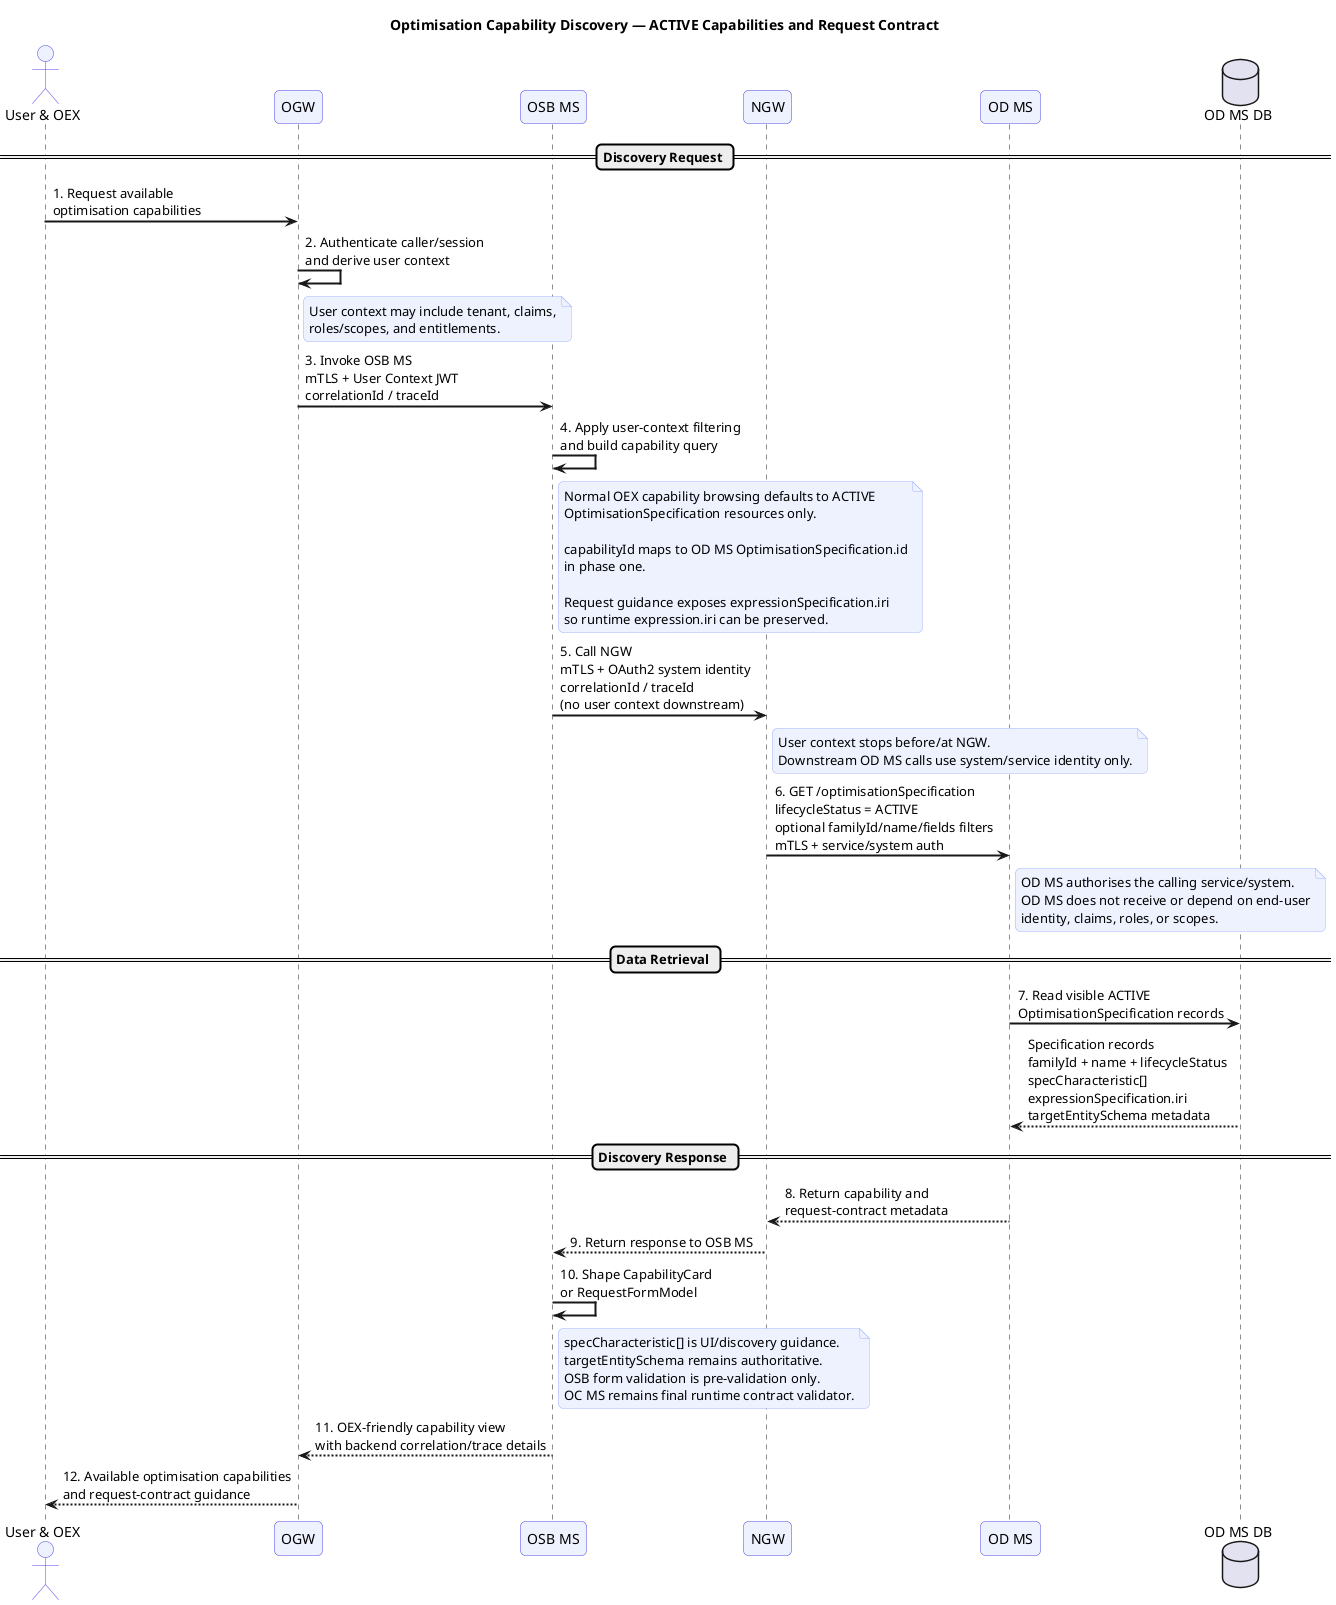
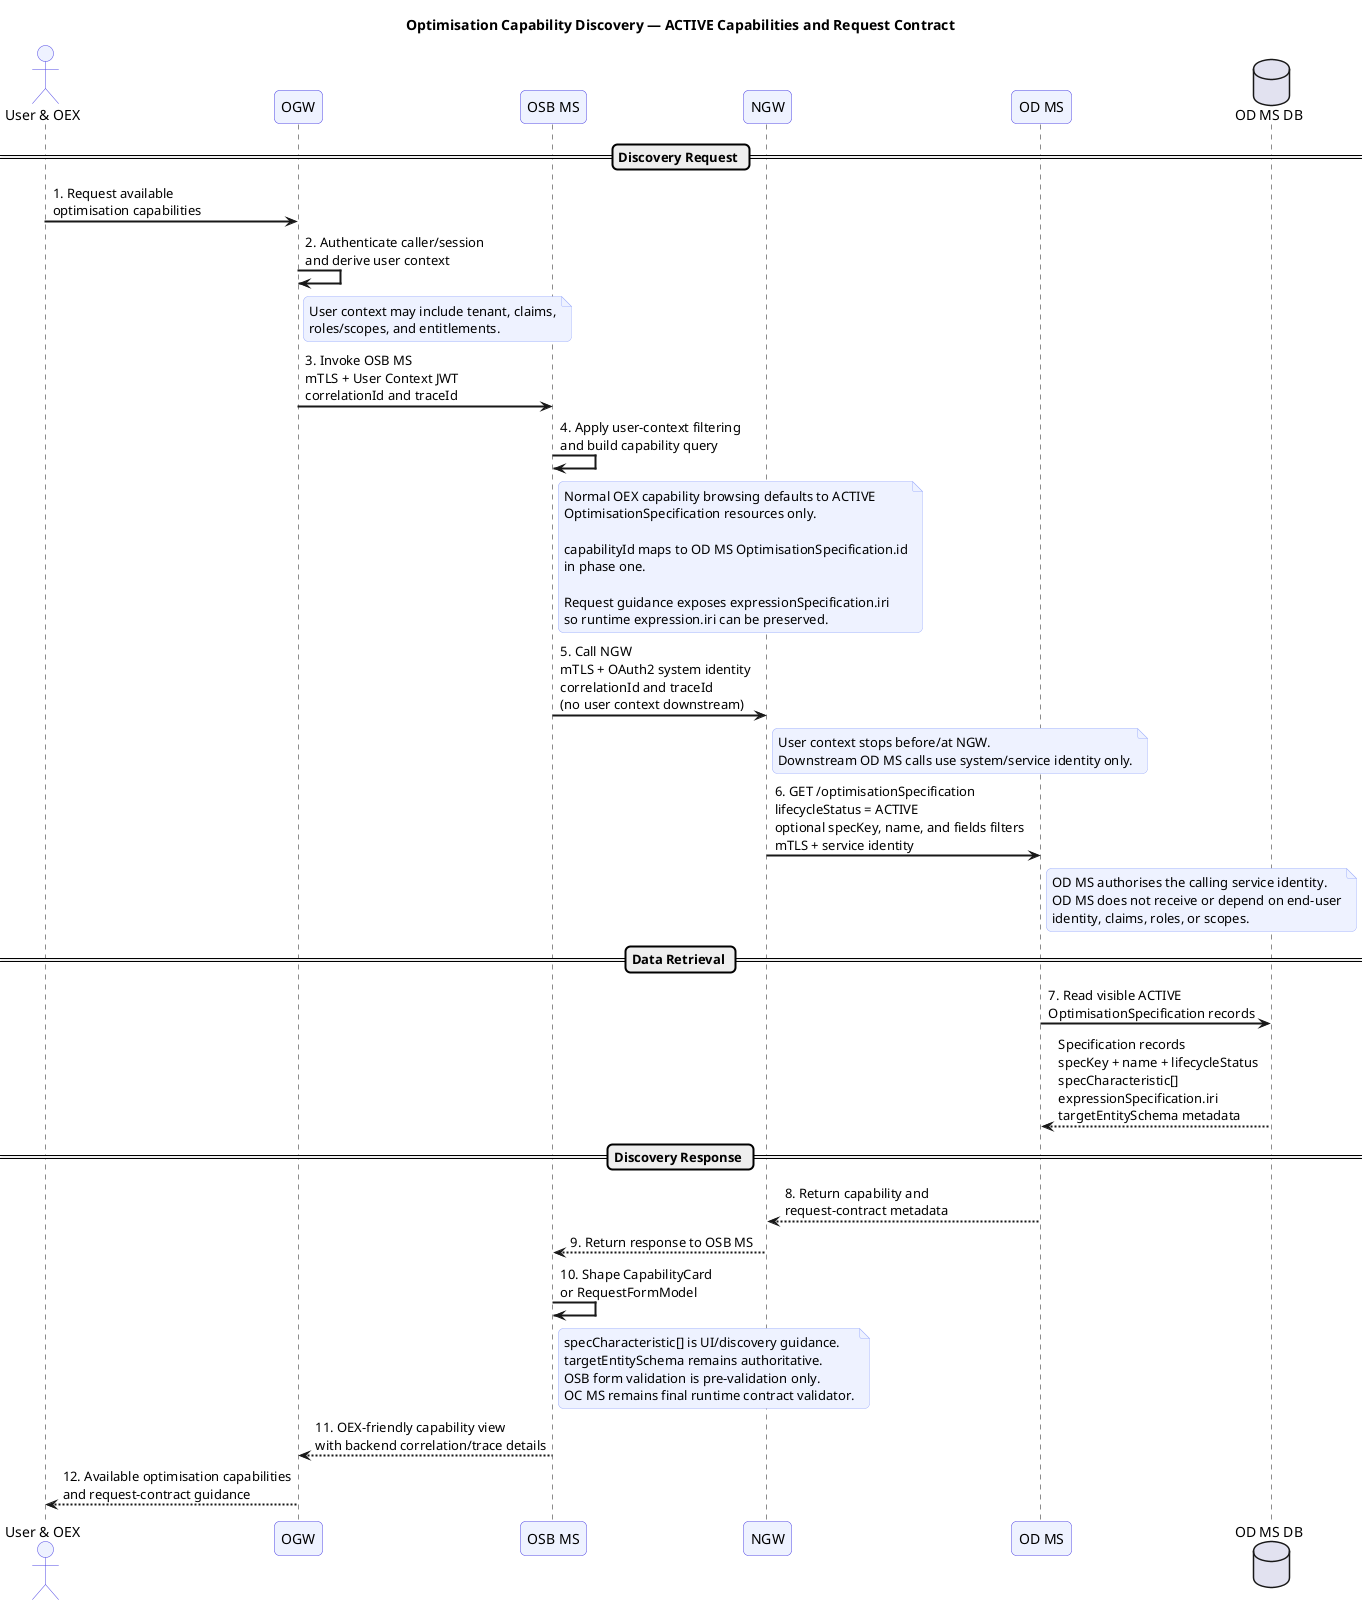
@startuml
title Optimisation Capability Discovery — ACTIVE Capabilities and Request Contract

skinparam sequenceArrowThickness 2
skinparam roundcorner 10
skinparam sequenceParticipantBackgroundColor #EEF2FF
skinparam sequenceParticipantBorderColor #4F46E5
skinparam sequenceActorBackgroundColor #EEF2FF
skinparam sequenceActorBorderColor #4F46E5
skinparam noteBorderColor #A5B4FC
skinparam noteBackgroundColor #EEF2FF

actor "User & OEX" as Caller
participant "OGW" as OGW
participant "OSB MS" as OSB
participant "NGW" as NGW
participant "OD MS" as ODMS
database "OD MS DB" as ODDB

== Discovery Request ==

Caller -> OGW : 1. Request available\noptimisation capabilities
OGW -> OGW : 2. Authenticate caller/session\nand derive user context

note right of OGW
User context may include tenant, claims,
roles/scopes, and entitlements.
end note

- OGW -> OSB : 3. Invoke OSB MS\nmTLS + User Context JWT\ncorrelationId / traceId
+ OGW -> OSB : 3. Invoke OSB MS\nmTLS + User Context JWT\ncorrelationId and traceId

OSB -> OSB : 4. Apply user-context filtering\nand build capability query

note right of OSB
Normal OEX capability browsing defaults to ACTIVE
OptimisationSpecification resources only.

capabilityId maps to OD MS OptimisationSpecification.id
in phase one.

Request guidance exposes expressionSpecification.iri
so runtime expression.iri can be preserved.
end note

- OSB -> NGW : 5. Call NGW\nmTLS + OAuth2 system identity\ncorrelationId / traceId\n(no user context downstream)
+ OSB -> NGW : 5. Call NGW\nmTLS + OAuth2 system identity\ncorrelationId and traceId\n(no user context downstream)

note right of NGW
User context stops before/at NGW.
Downstream OD MS calls use system/service identity only.
end note

- NGW -> ODMS : 6. GET /optimisationSpecification\nlifecycleStatus = ACTIVE\noptional familyId/name/fields filters\nmTLS + service/system auth
+ NGW -> ODMS : 6. GET /optimisationSpecification\nlifecycleStatus = ACTIVE\noptional specKey, name, and fields filters\nmTLS + service identity

note right of ODMS
- OD MS authorises the calling service/system.
+ OD MS authorises the calling service identity.
OD MS does not receive or depend on end-user
identity, claims, roles, or scopes.
end note

== Data Retrieval ==

ODMS -> ODDB : 7. Read visible ACTIVE\nOptimisationSpecification records
- ODDB --> ODMS : Specification records\nfamilyId + name + lifecycleStatus\nspecCharacteristic[]\nexpressionSpecification.iri\ntargetEntitySchema metadata
+ ODDB --> ODMS : Specification records\nspecKey + name + lifecycleStatus\nspecCharacteristic[]\nexpressionSpecification.iri\ntargetEntitySchema metadata

== Discovery Response ==

ODMS --> NGW : 8. Return capability and\nrequest-contract metadata
NGW --> OSB : 9. Return response to OSB MS

OSB -> OSB : 10. Shape CapabilityCard\nor RequestFormModel

note right of OSB
specCharacteristic[] is UI/discovery guidance.
targetEntitySchema remains authoritative.
OSB form validation is pre-validation only.
OC MS remains final runtime contract validator.
end note

OSB --> OGW : 11. OEX-friendly capability view\nwith backend correlation/trace details
OGW --> Caller : 12. Available optimisation capabilities\nand request-contract guidance

@enduml
